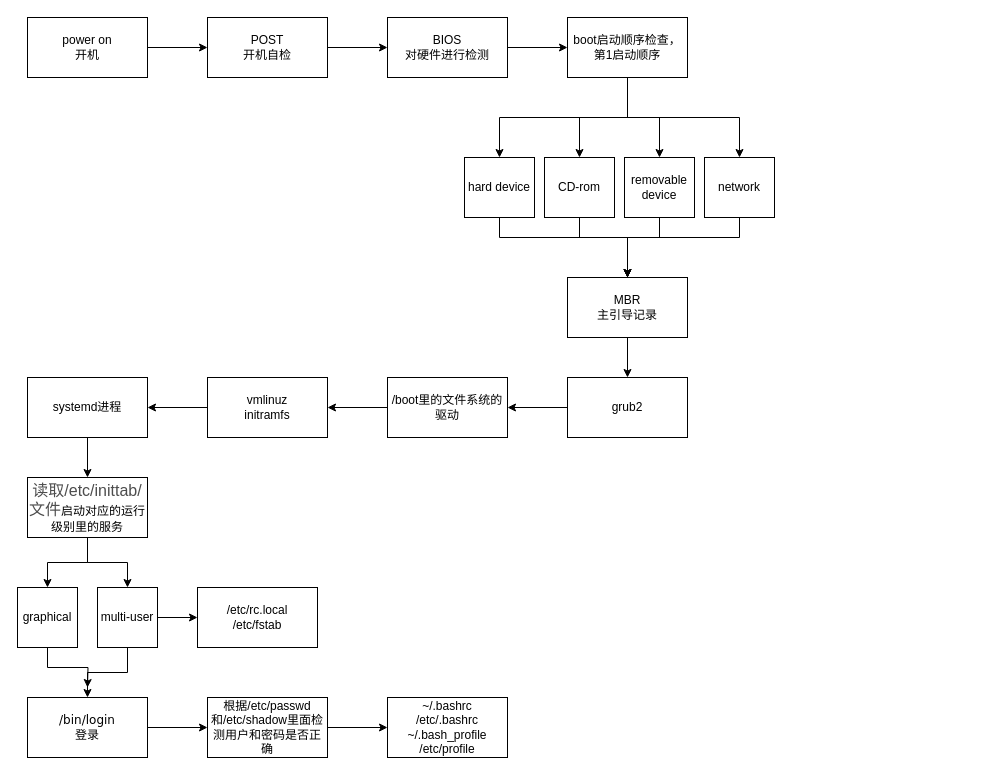
wupei-w/diagrams keeps this draw.io diagram as 开机启动流程.drawio. Above is the earlier version. Source tidied: cells renumbered, new cells numbered last; positions are measured from the earlier drawing's top-left corner, leaving out a move shared by most shapes. Both pictures are drawn from the tidied source at 100%, with x=0, y=0 at pixel (17, 17).
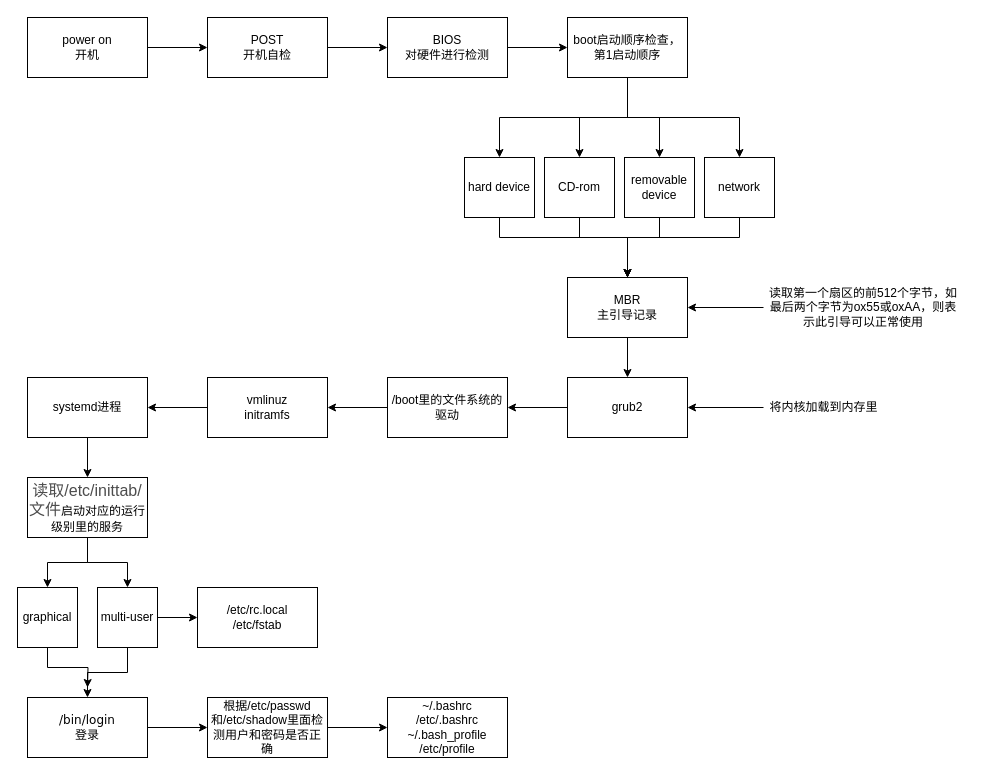
The same diagram, later.

Commit message:
Update 开机启动流程.drawio

The change refers to these unchanged cells:
```xml
<mxCell id="22" value="MBR&lt;br&gt;主引导记录" style="rounded=0;whiteSpace=wrap;html=1;" parent="1" vertex="1">
  <mxGeometry x="550" y="260" width="120" height="60" as="geometry" />
</mxCell>
<mxCell id="24" value="grub2" style="rounded=0;whiteSpace=wrap;html=1;" parent="1" vertex="1">
  <mxGeometry x="550" y="360" width="120" height="60" as="geometry" />
</mxCell>
```

What changed in the source:
```diff
@@
+    <mxCell id="45" style="edgeStyle=orthogonalEdgeStyle;rounded=0;jettySize=auto;html=1;" parent="1" edge="1" source="46" target="22">
+      <mxGeometry relative="1" as="geometry" />
+    </mxCell>
+    <mxCell id="46" value="读取第一个扇区的前512个字节，如最后两个字节为ox55或oxAA，则表示此引导可以正常使用" style="text;html=1;strokeColor=none;fillColor=none;align=center;verticalAlign=middle;whiteSpace=wrap;rounded=0;" parent="1" vertex="1">
+      <mxGeometry x="746" y="275" width="200" height="30" as="geometry" />
+    </mxCell>
+    <mxCell id="47" style="edgeStyle=orthogonalEdgeStyle;rounded=0;jettySize=auto;html=1;" parent="1" edge="1" source="48" target="24">
+      <mxGeometry relative="1" as="geometry" />
+    </mxCell>
+    <mxCell id="48" value="将内核加载到内存里" style="text;html=1;strokeColor=none;fillColor=none;align=center;verticalAlign=middle;whiteSpace=wrap;rounded=0;" parent="1" vertex="1">
+      <mxGeometry x="746" y="375" width="121" height="30" as="geometry" />
+    </mxCell>
```
